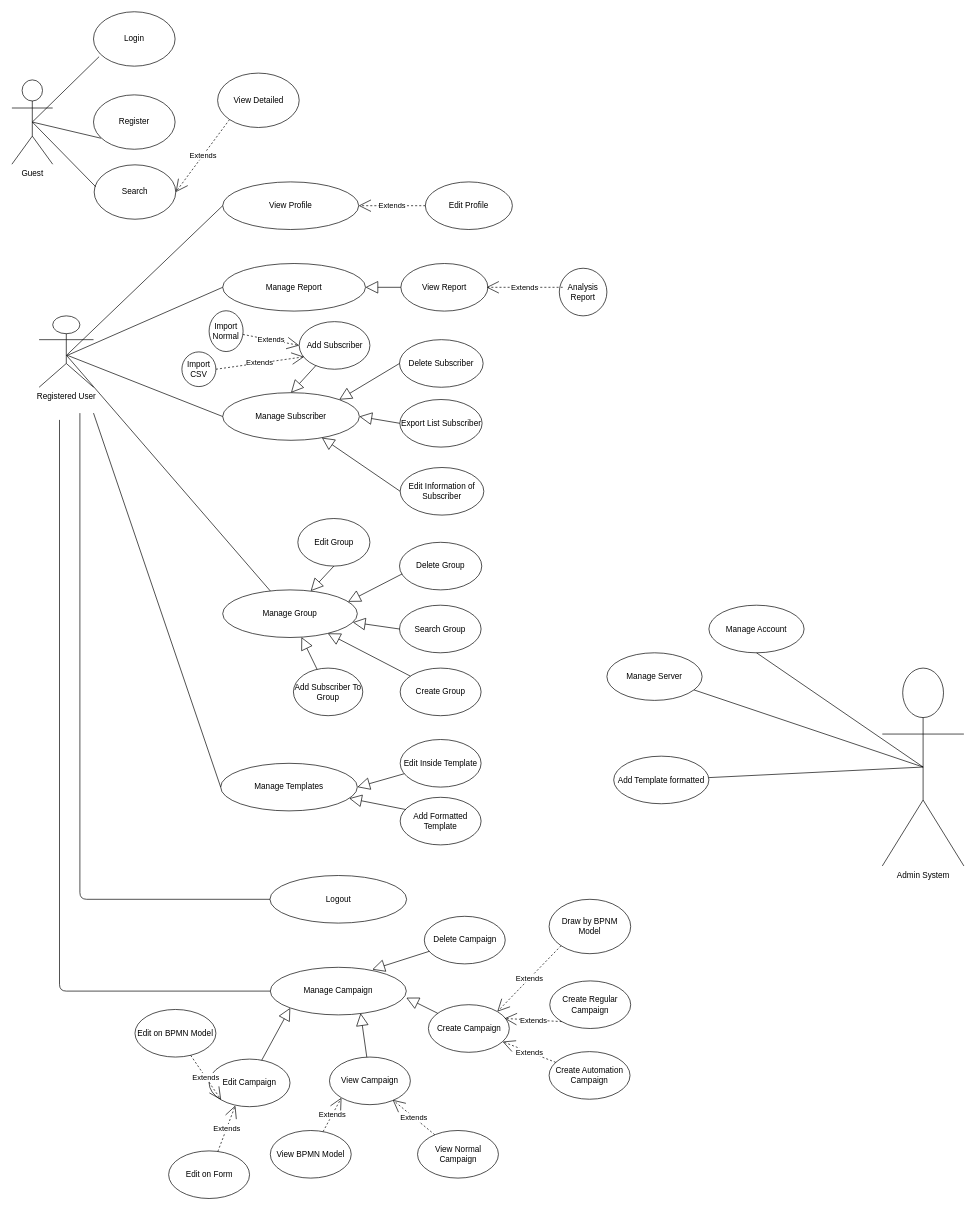
Above: page "Page-1" (1 of 2) of Documents/Usecase/Usecase-1 (1) (3).drawio in archiskz/EmailMarketing (draw.io), before the change. Source tidied: cells renumbered, new cells numbered last; positions are measured from the earlier drawing's top-left corner, leaving out a move shared by most shapes. Both pictures are drawn from the tidied source at 68%, with x=0, y=0 at pixel (12, 12).
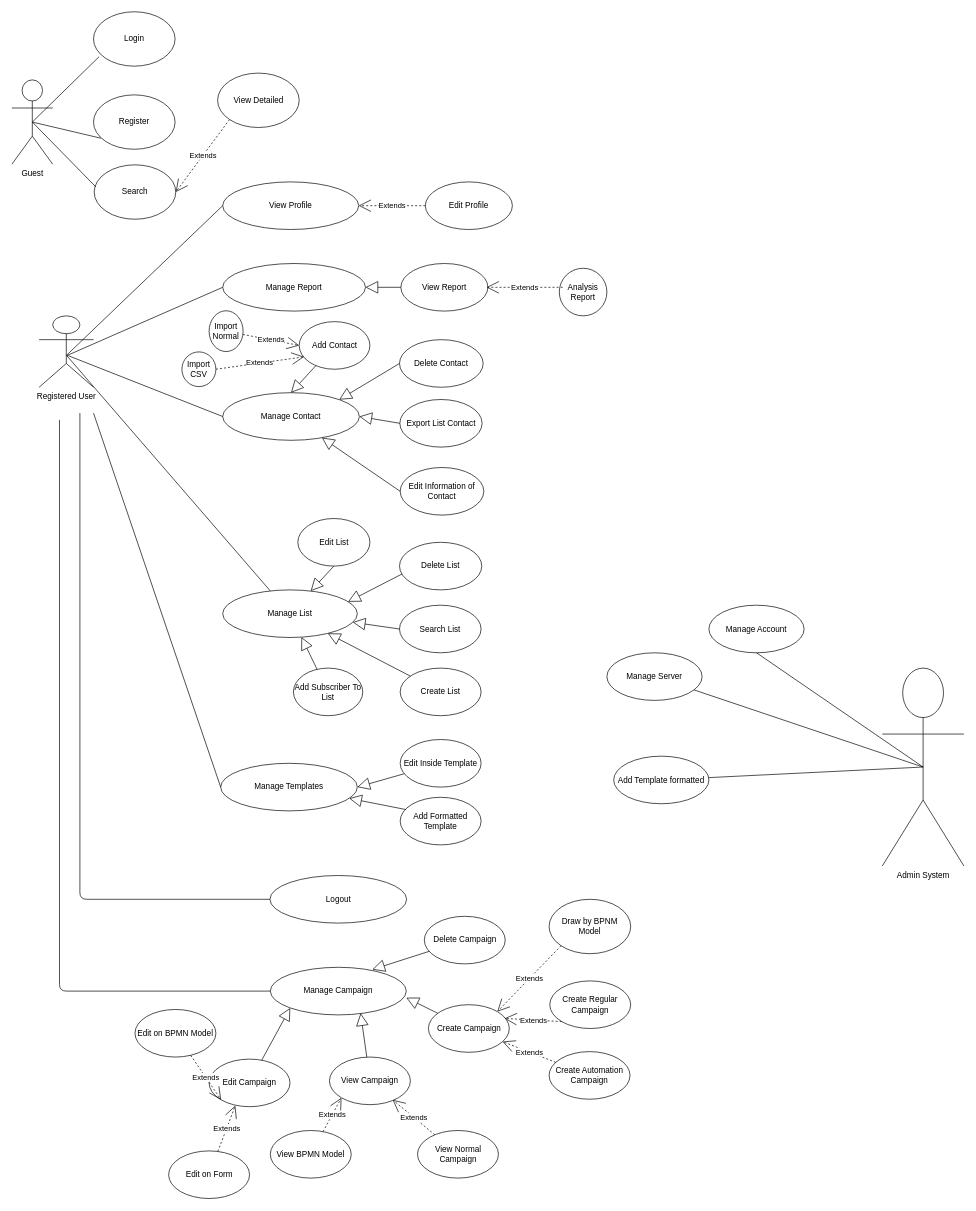
Above is the later version.

The edit, as a diff of the source:
```diff
@@
-    <mxCell id="7" value="Manage Subscriber&lt;br&gt;" style="ellipse;whiteSpace=wrap;html=1;" parent="1" vertex="1">
+    <mxCell id="7" value="Manage Contact&lt;br&gt;" style="ellipse;whiteSpace=wrap;html=1;" parent="1" vertex="1">
       <mxGeometry x="310" y="560" width="201" height="70" as="geometry" />
     </mxCell>
@@
-    <mxCell id="9" value="Manage Group&lt;br&gt;" style="ellipse;whiteSpace=wrap;html=1;" parent="1" vertex="1">
+    <mxCell id="9" value="Manage List&lt;br&gt;" style="ellipse;whiteSpace=wrap;html=1;" parent="1" vertex="1">
       <mxGeometry x="310" y="850" width="198" height="70" as="geometry" />
     </mxCell>
@@
-    <mxCell id="14" value="Delete Subscriber&lt;br&gt;" style="ellipse;whiteSpace=wrap;html=1;" parent="1" vertex="1">
+    <mxCell id="14" value="Delete Contact&lt;br&gt;" style="ellipse;whiteSpace=wrap;html=1;" parent="1" vertex="1">
       <mxGeometry x="570" y="482" width="123" height="70" as="geometry" />
     </mxCell>
-    <mxCell id="15" value="Edit Information of Subscriber&lt;br&gt;" style="ellipse;whiteSpace=wrap;html=1;" parent="1" vertex="1">
+    <mxCell id="15" value="Edit Information of Contact&lt;br&gt;" style="ellipse;whiteSpace=wrap;html=1;" parent="1" vertex="1">
       <mxGeometry x="571" y="670" width="123" height="70" as="geometry" />
     </mxCell>
-    <mxCell id="16" value="Add Subscriber&lt;br&gt;" style="ellipse;whiteSpace=wrap;html=1;" parent="1" vertex="1">
+    <mxCell id="16" value="Add Contact&lt;br&gt;" style="ellipse;whiteSpace=wrap;html=1;" parent="1" vertex="1">
       <mxGeometry x="422.5" y="455.5" width="104" height="70" as="geometry" />
     </mxCell>
-    <mxCell id="17" value="Create Group&lt;br&gt;" style="ellipse;whiteSpace=wrap;html=1;" parent="1" vertex="1">
+    <mxCell id="17" value="Create List&lt;br&gt;" style="ellipse;whiteSpace=wrap;html=1;" parent="1" vertex="1">
       <mxGeometry x="571" y="965" width="119" height="70" as="geometry" />
     </mxCell>
-    <mxCell id="18" value="Delete Group&lt;br&gt;" style="ellipse;whiteSpace=wrap;html=1;" parent="1" vertex="1">
+    <mxCell id="18" value="Delete List&lt;br&gt;" style="ellipse;whiteSpace=wrap;html=1;" parent="1" vertex="1">
       <mxGeometry x="570" y="780" width="121" height="70" as="geometry" />
     </mxCell>
-    <mxCell id="19" value="Add Subscriber To Group&lt;br&gt;" style="ellipse;whiteSpace=wrap;html=1;" parent="1" vertex="1">
+    <mxCell id="19" value="Add Subscriber To List&lt;br&gt;" style="ellipse;whiteSpace=wrap;html=1;" parent="1" vertex="1">
       <mxGeometry x="414" y="965" width="102" height="70" as="geometry" />
     </mxCell>
@@
-    <mxCell id="21" value="Search Group&lt;br&gt;" style="ellipse;whiteSpace=wrap;html=1;" parent="1" vertex="1">
+    <mxCell id="21" value="Search List&lt;br&gt;" style="ellipse;whiteSpace=wrap;html=1;" parent="1" vertex="1">
       <mxGeometry x="570" y="872.5" width="120" height="70" as="geometry" />
     </mxCell>
-    <mxCell id="22" value="Edit Group&lt;br&gt;" style="ellipse;whiteSpace=wrap;html=1;" parent="1" vertex="1">
+    <mxCell id="22" value="Edit List&lt;br&gt;" style="ellipse;whiteSpace=wrap;html=1;" parent="1" vertex="1">
       <mxGeometry x="420.5" y="745" width="106" height="70" as="geometry" />
     </mxCell>
@@
-    <mxCell id="27" value="Export List Subscriber" style="ellipse;whiteSpace=wrap;html=1;" parent="1" vertex="1">
+    <mxCell id="27" value="Export List Contact" style="ellipse;whiteSpace=wrap;html=1;" parent="1" vertex="1">
       <mxGeometry x="570.5" y="570" width="121" height="70" as="geometry" />
     </mxCell>
```
